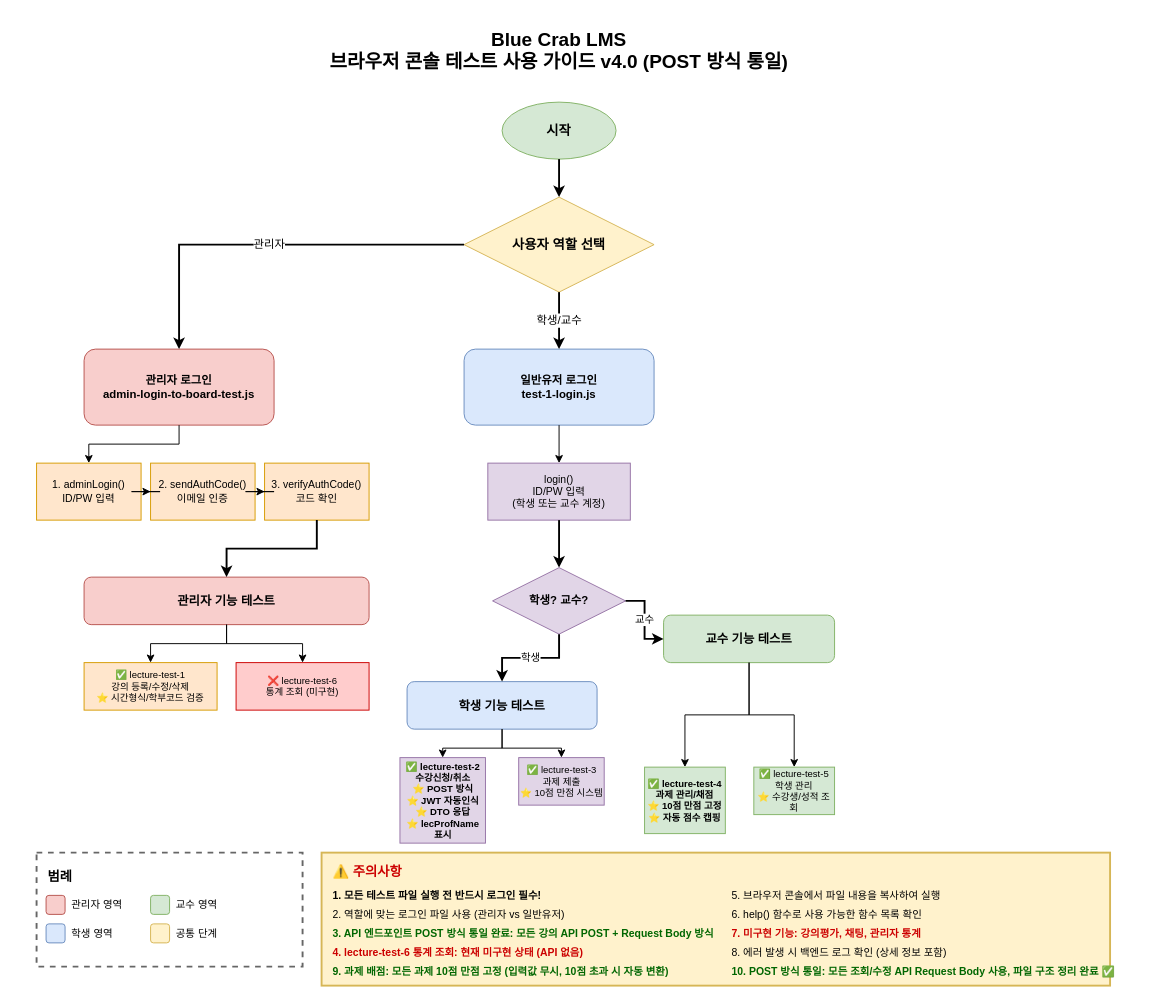
This is backend/BlueCrab/docs/강의관련기능/브라우저콘솔테스트/usage-diagram.drawio from hooting76/blue-crab-lms, a draw.io file, before an edit. Source tidied: cells renumbered, new cells numbered last; positions are measured from the earlier drawing's top-left corner, leaving out a move shared by most shapes. Both pictures are drawn from the tidied source at 95%, with x=0, y=0 at pixel (36, 16).
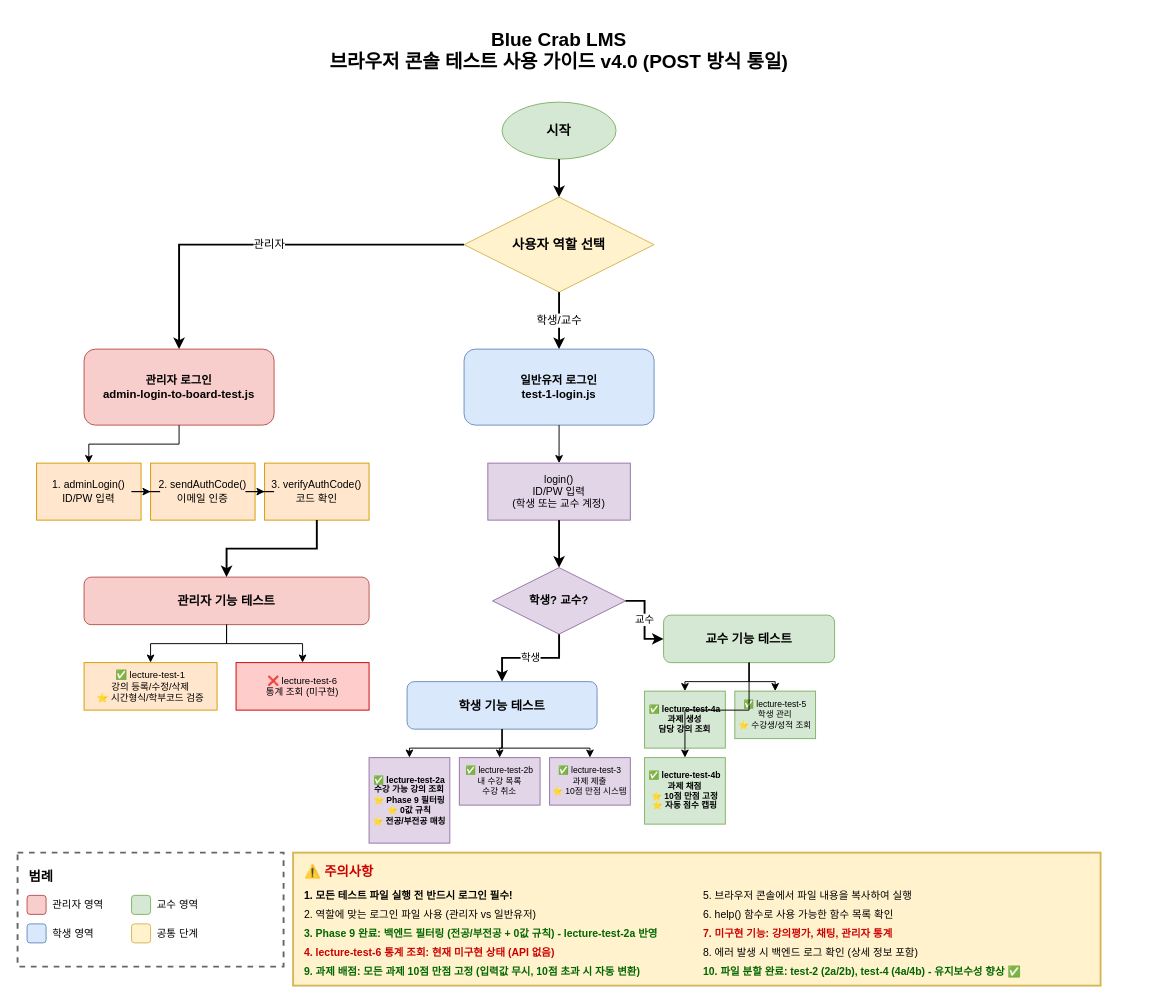
After the change.

Unchanged cells that the change refers to:
```xml
<mxCell id="26" value="학생 기능 테스트" style="rounded=1;whiteSpace=wrap;html=1;fillColor=#dae8fc;strokeColor=#6c8ebf;fontSize=13;fontStyle=1;" parent="1" vertex="1">
  <mxGeometry x="390" y="700" width="200" height="50" as="geometry" />
</mxCell>
<mxCell id="32" value="교수 기능 테스트" style="rounded=1;whiteSpace=wrap;html=1;fillColor=#d5e8d4;strokeColor=#82b366;fontSize=13;fontStyle=1;" parent="1" vertex="1">
  <mxGeometry x="660" y="630" width="180" height="50" as="geometry" />
</mxCell>
```

The edit, as a diff of the source:
```diff
@@
-    <mxCell id="28" value="✅ lecture-test-2&#10;수강신청/취소&#10;⭐ POST 방식&#10;⭐ JWT 자동인식&#10;⭐ DTO 응답&#10;⭐ lecProfName 표시" style="rounded=0;whiteSpace=wrap;html=1;fillColor=#e1d5e7;strokeColor=#9673a6;fontSize=10;fontStyle=1;" parent="1" vertex="1">
-      <mxGeometry x="382.5" y="780" width="90" height="90" as="geometry" />
-    </mxCell>
+    <mxCell id="60" value="✅ lecture-test-2a&#10;수강 가능 강의 조회&#10;⭐ Phase 9 필터링&#10;⭐ 0값 규칙&#10;⭐ 전공/부전공 매칭" style="rounded=0;whiteSpace=wrap;html=1;fillColor=#e1d5e7;strokeColor=#9673a6;fontSize=9;fontStyle=1;" parent="1" vertex="1">
+      <mxGeometry x="350" y="780" width="85" height="90" as="geometry" />
+    </mxCell>
+    <mxCell id="61" value="✅ lecture-test-2b&#10;내 수강 목록&#10;수강 취소" style="rounded=0;whiteSpace=wrap;html=1;fillColor=#e1d5e7;strokeColor=#9673a6;fontSize=9;" parent="1" vertex="1">
+      <mxGeometry x="445" y="780" width="85" height="50" as="geometry" />
+    </mxCell>
-    <mxCell id="29" value="✅ lecture-test-3&#10;과제 제출&#10;⭐ 10점 만점 시스템" style="rounded=0;whiteSpace=wrap;html=1;fillColor=#e1d5e7;strokeColor=#9673a6;fontSize=10;" parent="1" vertex="1">
-      <mxGeometry x="507.5" y="780" width="90" height="50" as="geometry" />
+    <mxCell id="29" value="✅ lecture-test-3&#10;과제 제출&#10;⭐ 10점 만점 시스템" style="rounded=0;whiteSpace=wrap;html=1;fillColor=#e1d5e7;strokeColor=#9673a6;fontSize=9;" parent="1" vertex="1">
+      <mxGeometry x="540" y="780" width="85" height="50" as="geometry" />
     </mxCell>
-    <mxCell id="30" style="edgeStyle=orthogonalEdgeStyle;rounded=0;jettySize=auto;html=1;strokeWidth=1;strokeColor=light-dark(#000000,#000000);" parent="1" edge="1" source="26" target="28">
-      <mxGeometry relative="1" as="geometry" />
-    </mxCell>
+    <mxCell id="62" style="edgeStyle=orthogonalEdgeStyle;rounded=0;jettySize=auto;html=1;strokeWidth=1;strokeColor=light-dark(#000000,#000000);" parent="1" edge="1" source="26" target="60">
+      <mxGeometry relative="1" as="geometry" />
+    </mxCell>
+    <mxCell id="63" style="edgeStyle=orthogonalEdgeStyle;rounded=0;jettySize=auto;html=1;strokeWidth=1;strokeColor=light-dark(#000000,#000000);" parent="1" edge="1" source="26" target="61">
+      <mxGeometry relative="1" as="geometry" />
+    </mxCell>
@@
-    <mxCell id="34" value="✅ lecture-test-4&#10;과제 관리/채점&#10;⭐ 10점 만점 고정&#10;⭐ 자동 점수 캡핑" style="rounded=0;whiteSpace=wrap;html=1;fillColor=#d5e8d4;strokeColor=#82b366;fontSize=10;fontStyle=1;" parent="1" vertex="1">
-      <mxGeometry x="640" y="790" width="85" height="70" as="geometry" />
-    </mxCell>
+    <mxCell id="64" value="✅ lecture-test-4a&#10;과제 생성&#10;담당 강의 조회" style="rounded=0;whiteSpace=wrap;html=1;fillColor=#d5e8d4;strokeColor=#82b366;fontSize=9;fontStyle=1;" parent="1" vertex="1">
+      <mxGeometry x="640" y="710" width="85" height="60" as="geometry" />
+    </mxCell>
+    <mxCell id="65" value="✅ lecture-test-4b&#10;과제 채점&#10;⭐ 10점 만점 고정&#10;⭐ 자동 점수 캡핑" style="rounded=0;whiteSpace=wrap;html=1;fillColor=#d5e8d4;strokeColor=#82b366;fontSize=9;fontStyle=1;" parent="1" vertex="1">
+      <mxGeometry x="640" y="780" width="85" height="70" as="geometry" />
+    </mxCell>
-    <mxCell id="35" value="✅ lecture-test-5&#10;학생 관리&#10;⭐ 수강생/성적 조회" style="rounded=0;whiteSpace=wrap;html=1;fillColor=#d5e8d4;strokeColor=#82b366;fontSize=10;" parent="1" vertex="1">
-      <mxGeometry x="755" y="790" width="85" height="50" as="geometry" />
+    <mxCell id="35" value="✅ lecture-test-5&#10;학생 관리&#10;⭐ 수강생/성적 조회" style="rounded=0;whiteSpace=wrap;html=1;fillColor=#d5e8d4;strokeColor=#82b366;fontSize=9;" parent="1" vertex="1">
+      <mxGeometry x="735" y="710" width="85" height="50" as="geometry" />
     </mxCell>
-    <mxCell id="36" style="edgeStyle=orthogonalEdgeStyle;rounded=0;jettySize=auto;html=1;strokeWidth=1;strokeColor=light-dark(#000000,#000000);" parent="1" edge="1" source="32" target="34">
-      <mxGeometry relative="1" as="geometry" />
-    </mxCell>
+    <mxCell id="66" style="edgeStyle=orthogonalEdgeStyle;rounded=0;jettySize=auto;html=1;strokeWidth=1;strokeColor=light-dark(#000000,#000000);" parent="1" edge="1" source="32" target="64">
+      <mxGeometry relative="1" as="geometry" />
+    </mxCell>
+    <mxCell id="67" style="edgeStyle=orthogonalEdgeStyle;rounded=0;jettySize=auto;html=1;strokeWidth=1;strokeColor=light-dark(#000000,#000000);" parent="1" edge="1" source="32" target="65">
+      <mxGeometry relative="1" as="geometry" />
+    </mxCell>
@@
     <mxCell id="38" style="rounded=0;whiteSpace=wrap;html=1;fillColor=light-dark(#FFFFFF,#555555);strokeColor=#666666;strokeWidth=2;dashed=1;fontColor=light-dark(#000000,#000000);labelBackgroundColor=none;" parent="1" vertex="1">
-      <mxGeometry y="880" width="280" height="120" as="geometry" />
+      <mxGeometry x="-20" y="880" width="280" height="120" as="geometry" />
     </mxCell>
     <mxCell id="39" value="범례" style="text;html=1;strokeColor=none;fillColor=none;align=left;verticalAlign=middle;whiteSpace=wrap;rounded=0;fontSize=14;fontStyle=1;" parent="1" vertex="1">
-      <mxGeometry x="10" y="890" width="60" height="30" as="geometry" />
+      <mxGeometry x="-10" y="890" width="60" height="30" as="geometry" />
     </mxCell>
     <mxCell id="40" style="rounded=1;whiteSpace=wrap;html=1;fillColor=#f8cecc;strokeColor=#b85450;" parent="1" vertex="1">
-      <mxGeometry x="10" y="925" width="20" height="20" as="geometry" />
+      <mxGeometry x="-10" y="925" width="20" height="20" as="geometry" />
     </mxCell>
     <mxCell id="41" value="관리자 영역" style="text;html=1;strokeColor=none;fillColor=none;align=left;verticalAlign=middle;whiteSpace=wrap;rounded=0;fontSize=11;" parent="1" vertex="1">
-      <mxGeometry x="35" y="922" width="80" height="26" as="geometry" />
+      <mxGeometry x="15" y="922" width="80" height="26" as="geometry" />
     </mxCell>
     <mxCell id="42" style="rounded=1;whiteSpace=wrap;html=1;fillColor=#dae8fc;strokeColor=#6c8ebf;" parent="1" vertex="1">
-      <mxGeometry x="10" y="955" width="20" height="20" as="geometry" />
+      <mxGeometry x="-10" y="955" width="20" height="20" as="geometry" />
     </mxCell>
     <mxCell id="43" value="학생 영역" style="text;html=1;strokeColor=none;fillColor=none;align=left;verticalAlign=middle;whiteSpace=wrap;rounded=0;fontSize=11;" parent="1" vertex="1">
-      <mxGeometry x="35" y="952" width="80" height="26" as="geometry" />
+      <mxGeometry x="15" y="952" width="80" height="26" as="geometry" />
     </mxCell>
     <mxCell id="44" style="rounded=1;whiteSpace=wrap;html=1;fillColor=#d5e8d4;strokeColor=#82b366;" parent="1" vertex="1">
-      <mxGeometry x="120" y="925" width="20" height="20" as="geometry" />
+      <mxGeometry x="100" y="925" width="20" height="20" as="geometry" />
     </mxCell>
     <mxCell id="45" value="교수 영역" style="text;html=1;align=left;verticalAlign=middle;whiteSpace=wrap;rounded=0;fontSize=11;" parent="1" vertex="1">
-      <mxGeometry x="145" y="922" width="80" height="26" as="geometry" />
+      <mxGeometry x="125" y="922" width="80" height="26" as="geometry" />
     </mxCell>
     <mxCell id="46" style="rounded=1;whiteSpace=wrap;html=1;fillColor=#fff2cc;strokeColor=#d6b656;" parent="1" vertex="1">
-      <mxGeometry x="120" y="955" width="20" height="20" as="geometry" />
+      <mxGeometry x="100" y="955" width="20" height="20" as="geometry" />
     </mxCell>
     <mxCell id="47" value="공통 단계" style="text;html=1;strokeColor=none;fillColor=none;align=left;verticalAlign=middle;whiteSpace=wrap;rounded=0;fontSize=11;" parent="1" vertex="1">
-      <mxGeometry x="145" y="952" width="80" height="26" as="geometry" />
+      <mxGeometry x="125" y="952" width="80" height="26" as="geometry" />
     </mxCell>
     <mxCell id="48" style="rounded=0;whiteSpace=wrap;html=1;fillColor=#fff2cc;strokeColor=#d6b656;strokeWidth=2;" parent="1" vertex="1">
-      <mxGeometry x="300" y="880" width="830" height="140" as="geometry" />
+      <mxGeometry x="270" y="880" width="850" height="140" as="geometry" />
     </mxCell>
     <mxCell id="49" value="⚠️ 주의사항" style="text;html=1;strokeColor=none;fillColor=none;align=left;verticalAlign=middle;whiteSpace=wrap;rounded=0;fontSize=14;fontStyle=1;fontColor=#CC0000;" parent="1" vertex="1">
-      <mxGeometry x="310" y="885" width="120" height="30" as="geometry" />
+      <mxGeometry x="280" y="885" width="120" height="30" as="geometry" />
     </mxCell>
     <mxCell id="50" value="1. 모든 테스트 파일 실행 전 반드시 로그인 필수!" style="text;html=1;strokeColor=none;fillColor=none;align=left;verticalAlign=middle;whiteSpace=wrap;rounded=0;fontSize=11;fontStyle=1;" parent="1" vertex="1">
-      <mxGeometry x="310" y="915" width="350" height="20" as="geometry" />
+      <mxGeometry x="280" y="915" width="350" height="20" as="geometry" />
     </mxCell>
     <mxCell id="51" value="2. 역할에 맞는 로그인 파일 사용 (관리자 vs 일반유저)" style="text;html=1;strokeColor=none;fillColor=none;align=left;verticalAlign=middle;whiteSpace=wrap;rounded=0;fontSize=11;" parent="1" vertex="1">
-      <mxGeometry x="310" y="935" width="400" height="20" as="geometry" />
+      <mxGeometry x="280" y="935" width="400" height="20" as="geometry" />
     </mxCell>
-    <mxCell id="52" value="3. API 엔드포인트 POST 방식 통일 완료: 모든 강의 API POST + Request Body 방식" style="text;html=1;strokeColor=none;fillColor=none;align=left;verticalAlign=middle;whiteSpace=wrap;rounded=0;fontSize=11;fontStyle=1;fontColor=#006600;" parent="1" vertex="1">
-      <mxGeometry x="310" y="955" width="450" height="20" as="geometry" />
+    <mxCell id="52" value="3. Phase 9 완료: 백엔드 필터링 (전공/부전공 + 0값 규칙) - lecture-test-2a 반영" style="text;html=1;strokeColor=none;fillColor=none;align=left;verticalAlign=middle;whiteSpace=wrap;rounded=0;fontSize=11;fontStyle=1;fontColor=#006600;" parent="1" vertex="1">
+      <mxGeometry x="280" y="955" width="450" height="20" as="geometry" />
     </mxCell>
     <mxCell id="53" value="4. lecture-test-6 통계 조회: 현재 미구현 상태 (API 없음)" style="text;html=1;strokeColor=none;fillColor=none;align=left;verticalAlign=middle;whiteSpace=wrap;rounded=0;fontSize=11;fontColor=#cc0000;fontStyle=1;" parent="1" vertex="1">
-      <mxGeometry x="310" y="975" width="450" height="20" as="geometry" />
+      <mxGeometry x="280" y="975" width="450" height="20" as="geometry" />
     </mxCell>
     <mxCell id="54" value="5. 브라우저 콘솔에서 파일 내용을 복사하여 실행" style="text;html=1;strokeColor=none;fillColor=none;align=left;verticalAlign=middle;whiteSpace=wrap;rounded=0;fontSize=11;" parent="1" vertex="1">
-      <mxGeometry x="730" y="915" width="330" height="20" as="geometry" />
+      <mxGeometry x="700" y="915" width="330" height="20" as="geometry" />
     </mxCell>
     <mxCell id="55" value="6. help() 함수로 사용 가능한 함수 목록 확인" style="text;html=1;strokeColor=none;fillColor=none;align=left;verticalAlign=middle;whiteSpace=wrap;rounded=0;fontSize=11;" parent="1" vertex="1">
-      <mxGeometry x="730" y="935" width="330" height="20" as="geometry" />
+      <mxGeometry x="700" y="935" width="330" height="20" as="geometry" />
     </mxCell>
     <mxCell id="56" value="7. 미구현 기능: 강의평가, 채팅, 관리자 통계" style="text;html=1;strokeColor=none;fillColor=none;align=left;verticalAlign=middle;whiteSpace=wrap;rounded=0;fontSize=11;fontColor=#cc0000;fontStyle=1;" parent="1" vertex="1">
-      <mxGeometry x="730" y="955" width="340" height="20" as="geometry" />
+      <mxGeometry x="700" y="955" width="340" height="20" as="geometry" />
     </mxCell>
     <mxCell id="57" value="8. 에러 발생 시 백엔드 로그 확인 (상세 정보 포함)" style="text;html=1;strokeColor=none;fillColor=none;align=left;verticalAlign=middle;whiteSpace=wrap;rounded=0;fontSize=11;" parent="1" vertex="1">
-      <mxGeometry x="730" y="975" width="340" height="20" as="geometry" />
+      <mxGeometry x="700" y="975" width="340" height="20" as="geometry" />
     </mxCell>
     <mxCell id="58" value="9. 과제 배점: 모든 과제 10점 만점 고정 (입력값 무시, 10점 초과 시 자동 변환)" style="text;html=1;strokeColor=none;fillColor=none;align=left;verticalAlign=middle;whiteSpace=wrap;rounded=0;fontSize=11;fontColor=#006600;fontStyle=1;" parent="1" vertex="1">
-      <mxGeometry x="310" y="995" width="550" height="20" as="geometry" />
+      <mxGeometry x="280" y="995" width="550" height="20" as="geometry" />
     </mxCell>
-    <mxCell id="59" value="10. POST 방식 통일: 모든 조회/수정 API Request Body 사용, 파일 구조 정리 완료 ✅" style="text;html=1;strokeColor=none;fillColor=none;align=left;verticalAlign=middle;whiteSpace=wrap;rounded=0;fontSize=11;fontColor=#006600;fontStyle=1;" parent="1" vertex="1">
-      <mxGeometry x="730" y="995" width="450" height="20" as="geometry" />
+    <mxCell id="59" value="10. 파일 분할 완료: test-2 (2a/2b), test-4 (4a/4b) - 유지보수성 향상 ✅" style="text;html=1;strokeColor=none;fillColor=none;align=left;verticalAlign=middle;whiteSpace=wrap;rounded=0;fontSize=11;fontColor=#006600;fontStyle=1;" parent="1" vertex="1">
+      <mxGeometry x="700" y="995" width="450" height="20" as="geometry" />
     </mxCell>
```
